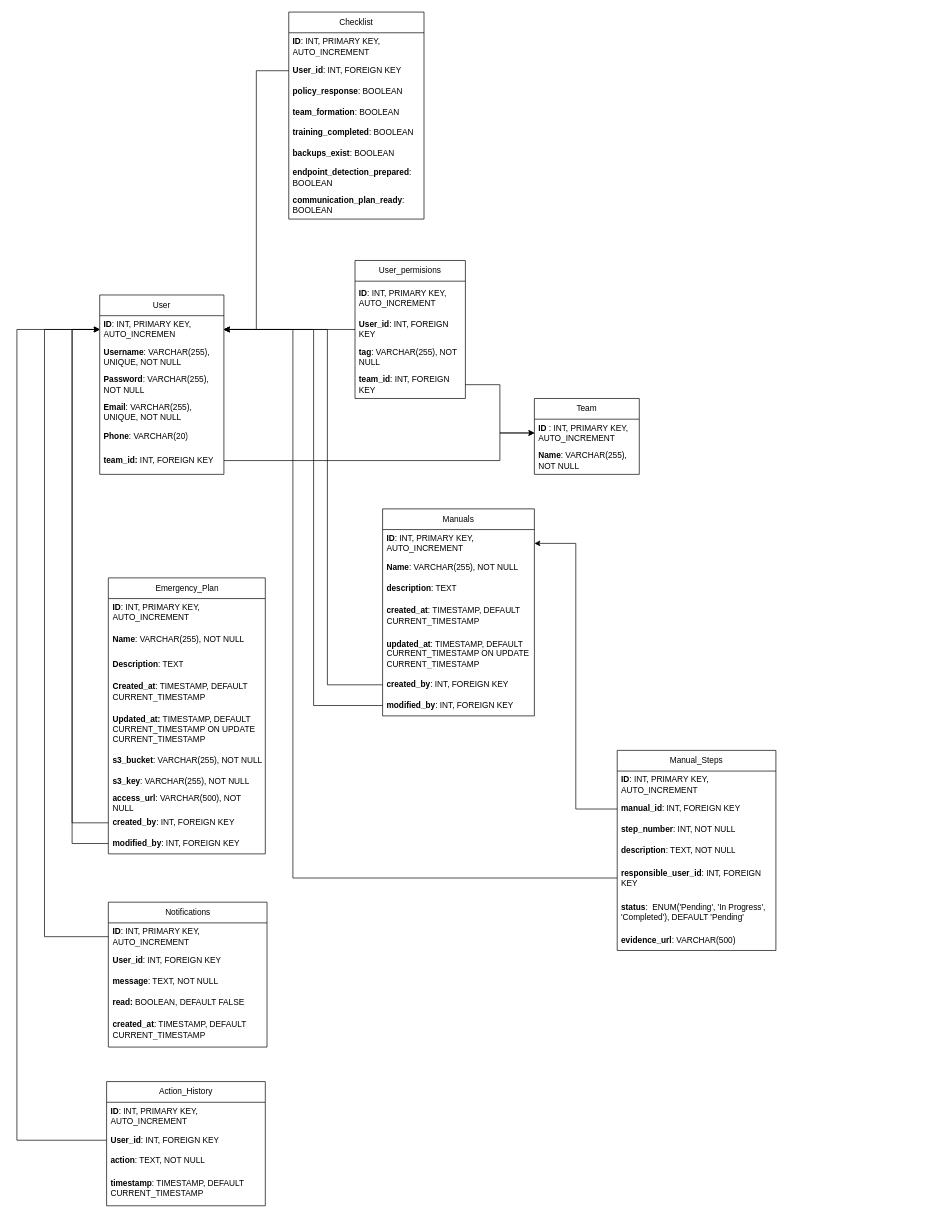
This is Diagrama sin título.drawio from Itzel-oli/NashEquilibrium, a draw.io file, before an edit. Source tidied: cells renumbered, new cells numbered last; positions are measured from the earlier drawing's top-left corner, leaving out a move shared by most shapes. Both pictures are drawn from the tidied source at 69%, with x=0, y=0 at pixel (17, 12).
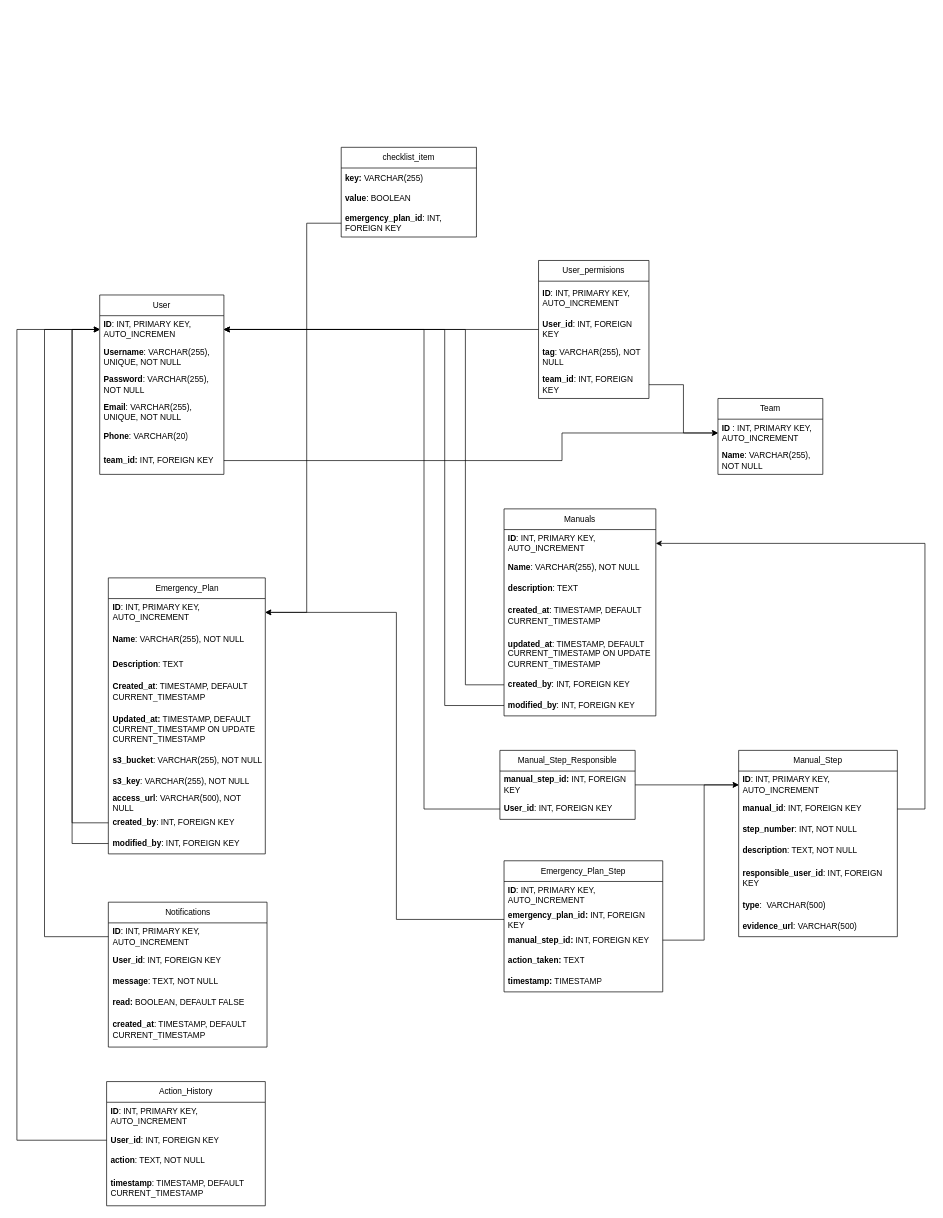
The same diagram, later.

Unchanged cells that the change refers to:
```xml
<mxCell id="3" value="&lt;b&gt;ID&lt;/b&gt;: INT, PRIMARY KEY, AUTO_INCREMEN" style="text;strokeColor=none;fillColor=none;align=left;verticalAlign=middle;spacingLeft=4;spacingRight=4;overflow=hidden;points=[[0,0.5],[1,0.5]];portConstraint=eastwest;whiteSpace=wrap;html=1;" parent="2" vertex="1">
  <mxGeometry y="30" width="180" height="40" as="geometry" />
</mxCell>
<mxCell id="8" value="&lt;b&gt;team_id:&lt;/b&gt; INT, FOREIGN KEY " style="text;strokeColor=none;fillColor=none;align=left;verticalAlign=middle;spacingLeft=4;spacingRight=4;overflow=hidden;points=[[0,0.5],[1,0.5]];portConstraint=eastwest;whiteSpace=wrap;html=1;" parent="2" vertex="1">
  <mxGeometry y="220" width="180" height="40" as="geometry" />
</mxCell>
<mxCell id="10" value="&lt;b&gt;ID&amp;nbsp;&lt;/b&gt;: INT, PRIMARY KEY, AUTO_INCREMENT" style="text;strokeColor=none;fillColor=none;align=left;verticalAlign=middle;spacingLeft=4;spacingRight=4;overflow=hidden;points=[[0,0.5],[1,0.5]];portConstraint=eastwest;whiteSpace=wrap;html=1;" parent="9" vertex="1">
  <mxGeometry y="30" width="152" height="40" as="geometry" />
</mxCell>
<mxCell id="18" value="&lt;b&gt;ID&lt;/b&gt;: INT, PRIMARY KEY, AUTO_INCREMENT" style="text;strokeColor=none;fillColor=none;align=left;verticalAlign=middle;spacingLeft=4;spacingRight=4;overflow=hidden;points=[[0,0.5],[1,0.5]];portConstraint=eastwest;whiteSpace=wrap;html=1;" parent="17" vertex="1">
  <mxGeometry y="30" width="230" height="40" as="geometry" />
</mxCell>
<mxCell id="19" value="&lt;b&gt;manual_id&lt;/b&gt;: INT, FOREIGN KEY&amp;nbsp;" style="text;strokeColor=none;fillColor=none;align=left;verticalAlign=middle;spacingLeft=4;spacingRight=4;overflow=hidden;points=[[0,0.5],[1,0.5]];portConstraint=eastwest;whiteSpace=wrap;html=1;" parent="17" vertex="1">
  <mxGeometry y="70" width="230" height="30" as="geometry" />
</mxCell>
<mxCell id="22" value="&lt;b&gt;responsible_user_id&lt;/b&gt;: INT, FOREIGN KEY" style="text;strokeColor=none;fillColor=none;align=left;verticalAlign=middle;spacingLeft=4;spacingRight=4;overflow=hidden;points=[[0,0.5],[1,0.5]];portConstraint=eastwest;whiteSpace=wrap;html=1;" parent="17" vertex="1">
  <mxGeometry y="160" width="230" height="50" as="geometry" />
</mxCell>
<mxCell id="26" value="&lt;b&gt;ID&lt;/b&gt;: INT, PRIMARY KEY, AUTO_INCREMENT" style="text;strokeColor=none;fillColor=none;align=left;verticalAlign=middle;spacingLeft=4;spacingRight=4;overflow=hidden;points=[[0,0.5],[1,0.5]];portConstraint=eastwest;whiteSpace=wrap;html=1;" parent="25" vertex="1">
  <mxGeometry y="30" width="227.5" height="40" as="geometry" />
</mxCell>
<mxCell id="46" value="&lt;b&gt;ID&lt;/b&gt;: INT, PRIMARY KEY, AUTO_INCREMENT" style="text;strokeColor=none;fillColor=none;align=left;verticalAlign=middle;spacingLeft=4;spacingRight=4;overflow=hidden;points=[[0,0.5],[1,0.5]];portConstraint=eastwest;whiteSpace=wrap;html=1;" parent="45" vertex="1">
  <mxGeometry y="30" width="220" height="40" as="geometry" />
</mxCell>
<mxCell id="51" value="&lt;b&gt;created_by&lt;/b&gt;: INT, FOREIGN KEY" style="text;strokeColor=none;fillColor=none;align=left;verticalAlign=middle;spacingLeft=4;spacingRight=4;overflow=hidden;points=[[0,0.5],[1,0.5]];portConstraint=eastwest;whiteSpace=wrap;html=1;" parent="45" vertex="1">
  <mxGeometry y="240" width="220" height="30" as="geometry" />
</mxCell>
<mxCell id="52" value="&lt;b&gt;modified_by&lt;/b&gt;: INT, FOREIGN KEY&amp;nbsp;" style="text;strokeColor=none;fillColor=none;align=left;verticalAlign=middle;spacingLeft=4;spacingRight=4;overflow=hidden;points=[[0,0.5],[1,0.5]];portConstraint=eastwest;whiteSpace=wrap;html=1;" parent="45" vertex="1">
  <mxGeometry y="270" width="220" height="30" as="geometry" />
</mxCell>
```

Diff of the diagram source:
```diff
@@
     <mxCell id="9" value="Team" style="swimlane;fontStyle=0;horizontal=1;startSize=30;whiteSpace=wrap;html=1;" parent="1" vertex="1">
-      <mxGeometry x="750" y="560" width="152" height="110" as="geometry" />
+      <mxGeometry x="1016" y="560" width="152" height="110" as="geometry" />
     </mxCell>
@@
     <mxCell id="12" value="User_permisions" style="swimlane;fontStyle=0;horizontal=1;startSize=30;whiteSpace=wrap;html=1;" parent="1" vertex="1">
-      <mxGeometry x="490" y="360" width="160" height="200" as="geometry" />
+      <mxGeometry x="756" y="360" width="160" height="200" as="geometry" />
     </mxCell>
@@
-    <mxCell id="17" value="Manual_Steps" style="swimlane;fontStyle=0;horizontal=1;startSize=30;whiteSpace=wrap;html=1;" parent="1" vertex="1">
-      <mxGeometry x="870" y="1070" width="230" height="290" as="geometry" />
+    <mxCell id="17" value="Manual_Step" style="swimlane;fontStyle=0;horizontal=1;startSize=30;whiteSpace=wrap;html=1;" parent="1" vertex="1">
+      <mxGeometry x="1046" y="1070" width="230" height="270" as="geometry" />
     </mxCell>
@@
-    <mxCell id="23" value="&lt;b&gt;status&lt;/b&gt;:&amp;nbsp; ENUM('Pending', 'In Progress', 'Completed'), DEFAULT 'Pending'" style="text;strokeColor=none;fillColor=none;align=left;verticalAlign=middle;spacingLeft=4;spacingRight=4;overflow=hidden;whiteSpace=wrap;html=1;" parent="17" vertex="1">
-      <mxGeometry y="210" width="230" height="50" as="geometry" />
+    <mxCell id="23" value="&lt;b&gt;type&lt;/b&gt;:&amp;nbsp; VARCHAR(500)" style="text;strokeColor=none;fillColor=none;align=left;verticalAlign=middle;spacingLeft=4;spacingRight=4;overflow=hidden;whiteSpace=wrap;html=1;" parent="17" vertex="1">
+      <mxGeometry y="210" width="230" height="30" as="geometry" />
     </mxCell>
     <mxCell id="24" value="&lt;b&gt;evidence_url&lt;/b&gt;:&amp;nbsp;VARCHAR(500)" style="text;strokeColor=none;fillColor=none;align=left;verticalAlign=middle;spacingLeft=4;spacingRight=4;overflow=hidden;whiteSpace=wrap;html=1;" parent="17" vertex="1">
-      <mxGeometry y="260" width="230" height="30" as="geometry" />
+      <mxGeometry y="240" width="230" height="30" as="geometry" />
     </mxCell>
@@
-    <mxCell id="36" value="Checklist" style="swimlane;fontStyle=0;horizontal=1;startSize=30;whiteSpace=wrap;html=1;" parent="1" vertex="1">
-      <mxGeometry x="394" width="196" height="300" as="geometry" />
+    <mxCell id="36" value="checklist_item" style="swimlane;fontStyle=0;horizontal=1;startSize=30;whiteSpace=wrap;html=1;" parent="1" vertex="1">
+      <mxGeometry x="470" y="196" width="196" height="130" as="geometry" />
     </mxCell>
-    <mxCell id="37" value="&lt;b&gt;ID&lt;/b&gt;: INT, PRIMARY KEY, AUTO_INCREMENT" style="text;strokeColor=none;fillColor=none;align=left;verticalAlign=middle;spacingLeft=4;spacingRight=4;overflow=hidden;whiteSpace=wrap;html=1;" parent="36" vertex="1">
-      <mxGeometry y="30" width="196" height="40" as="geometry" />
-    </mxCell>
-    <mxCell id="38" value="&lt;b&gt;User_id&lt;/b&gt;: INT, FOREIGN KEY" style="text;strokeColor=none;fillColor=none;align=left;verticalAlign=middle;spacingLeft=4;spacingRight=4;overflow=hidden;points=[[0,0.5],[1,0.5]];portConstraint=eastwest;whiteSpace=wrap;html=1;" parent="36" vertex="1">
-      <mxGeometry y="70" width="196" height="30" as="geometry" />
-    </mxCell>
-    <mxCell id="39" value="&lt;b&gt;policy_response&lt;/b&gt;: BOOLEAN" style="text;strokeColor=none;fillColor=none;align=left;verticalAlign=middle;spacingLeft=4;spacingRight=4;overflow=hidden;whiteSpace=wrap;html=1;" parent="36" vertex="1">
-      <mxGeometry y="100" width="196" height="30" as="geometry" />
+    <mxCell id="39" value="&lt;b&gt;key:&amp;nbsp;&lt;/b&gt;VARCHAR(255)" style="text;strokeColor=none;fillColor=none;align=left;verticalAlign=middle;spacingLeft=4;spacingRight=4;overflow=hidden;whiteSpace=wrap;html=1;" parent="36" vertex="1">
+      <mxGeometry y="30" width="196" height="30" as="geometry" />
     </mxCell>
+    <mxCell id="76" value="&lt;b&gt;value&lt;/b&gt;:&amp;nbsp;BOOLEAN" style="text;strokeColor=none;fillColor=none;align=left;verticalAlign=middle;spacingLeft=4;spacingRight=4;overflow=hidden;whiteSpace=wrap;html=1;" parent="36" vertex="1">
+      <mxGeometry y="60" width="196" height="30" as="geometry" />
+    </mxCell>
-    <mxCell id="40" value="&lt;b&gt;team_formation&lt;/b&gt;: BOOLEAN" style="text;strokeColor=none;fillColor=none;align=left;verticalAlign=middle;spacingLeft=4;spacingRight=4;overflow=hidden;points=[[0,0.5],[1,0.5]];portConstraint=eastwest;whiteSpace=wrap;html=1;" parent="36" vertex="1">
-      <mxGeometry y="130" width="196" height="30" as="geometry" />
+    <mxCell id="40" value="&lt;b&gt;emergency_plan_id&lt;/b&gt;: INT, FOREIGN KEY" style="text;strokeColor=none;fillColor=none;align=left;verticalAlign=middle;spacingLeft=4;spacingRight=4;overflow=hidden;points=[[0,0.5],[1,0.5]];portConstraint=eastwest;whiteSpace=wrap;html=1;" parent="36" vertex="1">
+      <mxGeometry y="90" width="196" height="40" as="geometry" />
     </mxCell>
-    <mxCell id="41" value="&lt;b&gt;training_completed&lt;/b&gt;: BOOLEAN" style="text;strokeColor=none;fillColor=none;align=left;verticalAlign=middle;spacingLeft=4;spacingRight=4;overflow=hidden;whiteSpace=wrap;html=1;" parent="36" vertex="1">
-      <mxGeometry y="160" width="196" height="30" as="geometry" />
-    </mxCell>
-    <mxCell id="42" value="&lt;b&gt;backups_exist&lt;/b&gt;: BOOLEAN" style="text;strokeColor=none;fillColor=none;align=left;verticalAlign=middle;spacingLeft=4;spacingRight=4;overflow=hidden;whiteSpace=wrap;html=1;" parent="36" vertex="1">
-      <mxGeometry y="190" width="196" height="30" as="geometry" />
-    </mxCell>
-    <mxCell id="43" value="&lt;b&gt;endpoint_detection_prepared&lt;/b&gt;: BOOLEAN" style="text;strokeColor=none;fillColor=none;align=left;verticalAlign=middle;spacingLeft=4;spacingRight=4;overflow=hidden;whiteSpace=wrap;html=1;" parent="36" vertex="1">
-      <mxGeometry y="220" width="196" height="40" as="geometry" />
-    </mxCell>
-    <mxCell id="44" value="&lt;b&gt;communication_plan_ready&lt;/b&gt;: BOOLEAN" style="text;strokeColor=none;fillColor=none;align=left;verticalAlign=middle;spacingLeft=4;spacingRight=4;overflow=hidden;whiteSpace=wrap;html=1;" parent="36" vertex="1">
-      <mxGeometry y="260" width="196" height="40" as="geometry" />
-    </mxCell>
     <mxCell id="45" value="Manuals" style="swimlane;fontStyle=0;horizontal=1;startSize=30;whiteSpace=wrap;html=1;" parent="1" vertex="1">
-      <mxGeometry x="530" y="720" width="220" height="300" as="geometry" />
+      <mxGeometry x="706" y="720" width="220" height="300" as="geometry" />
     </mxCell>
@@
     <mxCell id="57" style="edgeStyle=orthogonalEdgeStyle;rounded=0;jettySize=auto;html=1;exitX=1;exitY=0.5;exitDx=0;exitDy=0;" parent="1" edge="1" source="8" target="10">
       <mxGeometry relative="1" as="geometry">
         <Array as="points">
-          <mxPoint x="700" y="650" />
-          <mxPoint x="700" y="610" />
+          <mxPoint x="790" y="650" />
+          <mxPoint x="790" y="610" />
         </Array>
       </mxGeometry>
     </mxCell>
-    <mxCell id="58" style="edgeStyle=orthogonalEdgeStyle;rounded=0;jettySize=auto;html=1;exitX=0;exitY=0.5;exitDx=0;exitDy=0;entryX=1;entryY=0.5;entryDx=0;entryDy=0;" parent="1" edge="1" source="38" target="3">
-      <mxGeometry relative="1" as="geometry" />
-    </mxCell>
     <mxCell id="59" style="edgeStyle=orthogonalEdgeStyle;rounded=0;jettySize=auto;html=1;exitX=0;exitY=0.5;exitDx=0;exitDy=0;entryX=1;entryY=0.5;entryDx=0;entryDy=0;" parent="1" edge="1" source="51" target="3">
       <mxGeometry relative="1" as="geometry">
         <Array as="points">
-          <mxPoint x="450" y="975" />
-          <mxPoint x="450" y="460" />
+          <mxPoint x="650" y="975" />
+          <mxPoint x="650" y="460" />
         </Array>
       </mxGeometry>
     </mxCell>
     <mxCell id="60" style="edgeStyle=orthogonalEdgeStyle;rounded=0;jettySize=auto;html=1;exitX=0;exitY=0.5;exitDx=0;exitDy=0;entryX=1;entryY=0.5;entryDx=0;entryDy=0;" parent="1" edge="1" source="52" target="3">
       <mxGeometry relative="1" as="geometry">
         <Array as="points">
-          <mxPoint x="430" y="1005" />
-          <mxPoint x="430" y="460" />
+          <mxPoint x="620" y="1005" />
+          <mxPoint x="620" y="460" />
         </Array>
       </mxGeometry>
     </mxCell>
-    <mxCell id="61" style="edgeStyle=orthogonalEdgeStyle;rounded=0;jettySize=auto;html=1;exitX=0;exitY=0.5;exitDx=0;exitDy=0;entryX=1;entryY=0.5;entryDx=0;entryDy=0;" parent="1" edge="1" source="19" target="46">
-      <mxGeometry relative="1" as="geometry" />
+    <mxCell id="61" style="edgeStyle=orthogonalEdgeStyle;rounded=0;jettySize=auto;html=1;exitX=1;exitY=0.5;exitDx=0;exitDy=0;entryX=1;entryY=0.5;entryDx=0;entryDy=0;" parent="1" edge="1" source="19" target="46">
+      <mxGeometry relative="1" as="geometry">
+        <Array as="points">
+          <mxPoint x="1316" y="1155" />
+          <mxPoint x="1316" y="770" />
+        </Array>
+      </mxGeometry>
     </mxCell>
-    <mxCell id="62" style="edgeStyle=orthogonalEdgeStyle;rounded=0;jettySize=auto;html=1;exitX=0;exitY=0.5;exitDx=0;exitDy=0;entryX=1;entryY=0.5;entryDx=0;entryDy=0;" parent="1" edge="1" source="22" target="3">
-      <mxGeometry relative="1" as="geometry">
-        <Array as="points">
-          <mxPoint x="400" y="1255" />
-          <mxPoint x="400" y="460" />
-        </Array>
-      </mxGeometry>
-    </mxCell>
@@
+    <mxCell id="77" value="Emergency_Plan_Step" style="swimlane;fontStyle=0;horizontal=1;startSize=30;whiteSpace=wrap;html=1;" parent="1" vertex="1">
+      <mxGeometry x="706" y="1230" width="230" height="190" as="geometry" />
+    </mxCell>
+    <mxCell id="37" value="&lt;b&gt;ID&lt;/b&gt;: INT, PRIMARY KEY, AUTO_INCREMENT" style="text;strokeColor=none;fillColor=none;align=left;verticalAlign=middle;spacingLeft=4;spacingRight=4;overflow=hidden;whiteSpace=wrap;html=1;" parent="77" vertex="1">
+      <mxGeometry y="30" width="230" height="40" as="geometry" />
+    </mxCell>
+    <mxCell id="78" value="&lt;b&gt;emergency_plan_id:&amp;nbsp;&lt;/b&gt;INT, FOREIGN KEY" style="text;strokeColor=none;fillColor=none;align=left;verticalAlign=middle;spacingLeft=4;spacingRight=4;overflow=hidden;points=[[0,0.5],[1,0.5]];portConstraint=eastwest;whiteSpace=wrap;html=1;" parent="77" vertex="1">
+      <mxGeometry y="70" width="230" height="30" as="geometry" />
+    </mxCell>
+    <mxCell id="79" value="&lt;b&gt;manual_step_id:&amp;nbsp;&lt;/b&gt;INT, FOREIGN KEY" style="text;strokeColor=none;fillColor=none;align=left;verticalAlign=middle;spacingLeft=4;spacingRight=4;overflow=hidden;points=[[0,0.5],[1,0.5]];portConstraint=eastwest;whiteSpace=wrap;html=1;" parent="77" vertex="1">
+      <mxGeometry y="100" width="230" height="30" as="geometry" />
+    </mxCell>
+    <mxCell id="80" value="&lt;b&gt;action_taken:&amp;nbsp;&lt;/b&gt;TEXT" style="text;strokeColor=none;fillColor=none;align=left;verticalAlign=middle;spacingLeft=4;spacingRight=4;overflow=hidden;whiteSpace=wrap;html=1;" parent="77" vertex="1">
+      <mxGeometry y="130" width="230" height="30" as="geometry" />
+    </mxCell>
+    <mxCell id="81" value="&lt;b&gt;timestamp:&amp;nbsp;&lt;/b&gt;TIMESTAMP" style="text;strokeColor=none;fillColor=none;align=left;verticalAlign=middle;spacingLeft=4;spacingRight=4;overflow=hidden;whiteSpace=wrap;html=1;" parent="77" vertex="1">
+      <mxGeometry y="160" width="230" height="30" as="geometry" />
+    </mxCell>
+    <mxCell id="82" value="Manual_Step_Responsible" style="swimlane;fontStyle=0;horizontal=1;startSize=30;whiteSpace=wrap;html=1;" parent="1" vertex="1">
+      <mxGeometry x="700" y="1070" width="196" height="100" as="geometry" />
+    </mxCell>
+    <mxCell id="83" value="&lt;b&gt;manual_step_id:&amp;nbsp;&lt;/b&gt;INT, FOREIGN KEY" style="text;strokeColor=none;fillColor=none;align=left;verticalAlign=middle;spacingLeft=4;spacingRight=4;overflow=hidden;points=[[0,0.5],[1,0.5]];portConstraint=eastwest;whiteSpace=wrap;html=1;" parent="82" vertex="1">
+      <mxGeometry y="30" width="196" height="40" as="geometry" />
+    </mxCell>
+    <mxCell id="38" value="&lt;b&gt;User_id&lt;/b&gt;: INT, FOREIGN KEY" style="text;strokeColor=none;fillColor=none;align=left;verticalAlign=middle;spacingLeft=4;spacingRight=4;overflow=hidden;points=[[0,0.5],[1,0.5]];portConstraint=eastwest;whiteSpace=wrap;html=1;" parent="82" vertex="1">
+      <mxGeometry y="70" width="196" height="30" as="geometry" />
+    </mxCell>
+    <mxCell id="84" style="edgeStyle=orthogonalEdgeStyle;rounded=0;jettySize=auto;html=1;exitX=1;exitY=0.5;exitDx=0;exitDy=0;entryX=0;entryY=0.5;entryDx=0;entryDy=0;" parent="1" edge="1" source="83" target="18">
+      <mxGeometry relative="1" as="geometry" />
+    </mxCell>
+    <mxCell id="58" style="edgeStyle=orthogonalEdgeStyle;rounded=0;jettySize=auto;html=1;" parent="1" edge="1" source="38" target="3">
+      <mxGeometry relative="1" as="geometry">
+        <Array as="points">
+          <mxPoint x="590" y="1155" />
+          <mxPoint x="590" y="460" />
+        </Array>
+      </mxGeometry>
+    </mxCell>
+    <mxCell id="85" style="edgeStyle=orthogonalEdgeStyle;rounded=0;jettySize=auto;html=1;" parent="1" edge="1" source="78" target="26">
+      <mxGeometry relative="1" as="geometry">
+        <Array as="points">
+          <mxPoint x="550" y="1315" />
+          <mxPoint x="550" y="870" />
+        </Array>
+      </mxGeometry>
+    </mxCell>
+    <mxCell id="86" style="edgeStyle=orthogonalEdgeStyle;rounded=0;jettySize=auto;html=1;exitX=1;exitY=0.5;exitDx=0;exitDy=0;entryX=0;entryY=0.5;entryDx=0;entryDy=0;" parent="1" edge="1" source="79" target="18">
+      <mxGeometry relative="1" as="geometry">
+        <Array as="points">
+          <mxPoint x="996" y="1345" />
+          <mxPoint x="996" y="1120" />
+        </Array>
+      </mxGeometry>
+    </mxCell>
+    <mxCell id="87" style="edgeStyle=orthogonalEdgeStyle;rounded=0;jettySize=auto;html=1;exitX=0;exitY=0.5;exitDx=0;exitDy=0;entryX=1;entryY=0.5;entryDx=0;entryDy=0;" parent="1" edge="1" source="40" target="26">
+      <mxGeometry relative="1" as="geometry">
+        <Array as="points">
+          <mxPoint x="420" y="306" />
+          <mxPoint x="420" y="870" />
+        </Array>
+      </mxGeometry>
+    </mxCell>
```
